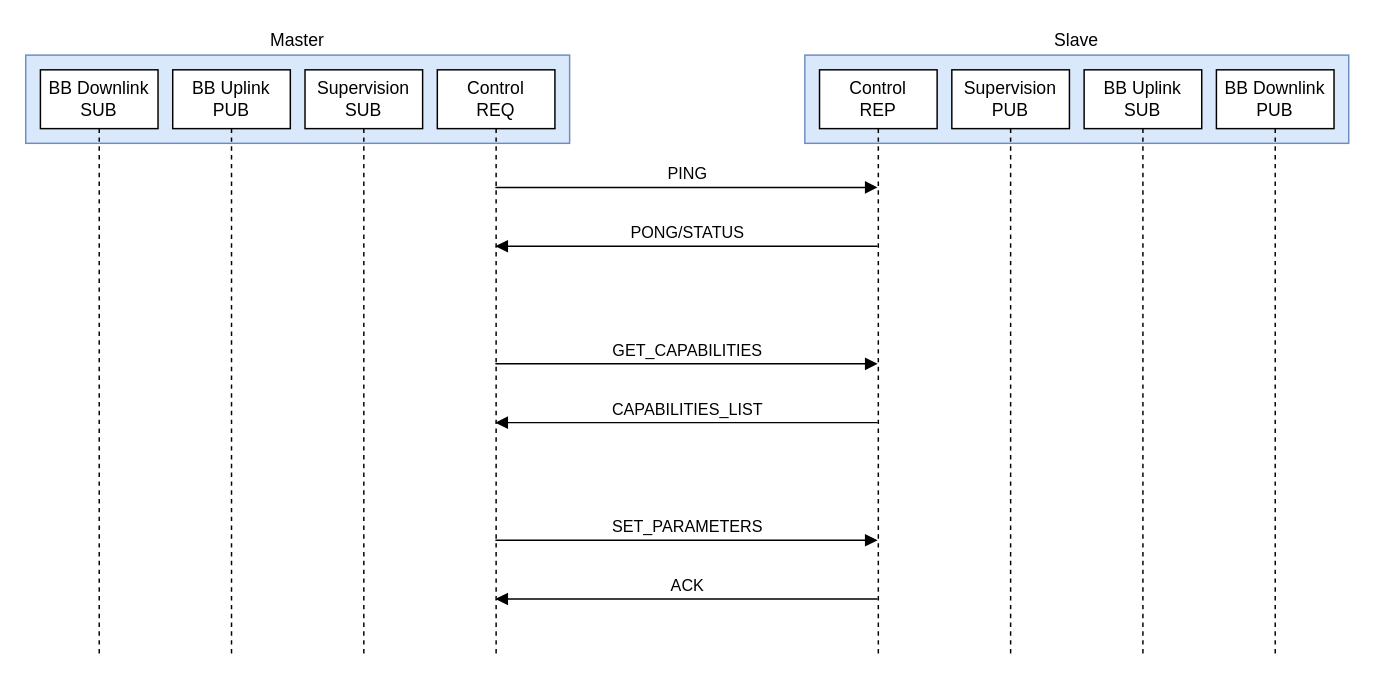
Earlier version of the draw.io diagram gfx/Basic_config.drawio (M17-Project/CARI). Source tidied: cells renumbered, new cells numbered last; positions are measured from the earlier drawing's top-left corner, leaving out a move shared by most shapes. Both pictures are drawn from the tidied source at 147%, with x=0, y=0 at pixel (25, 25).
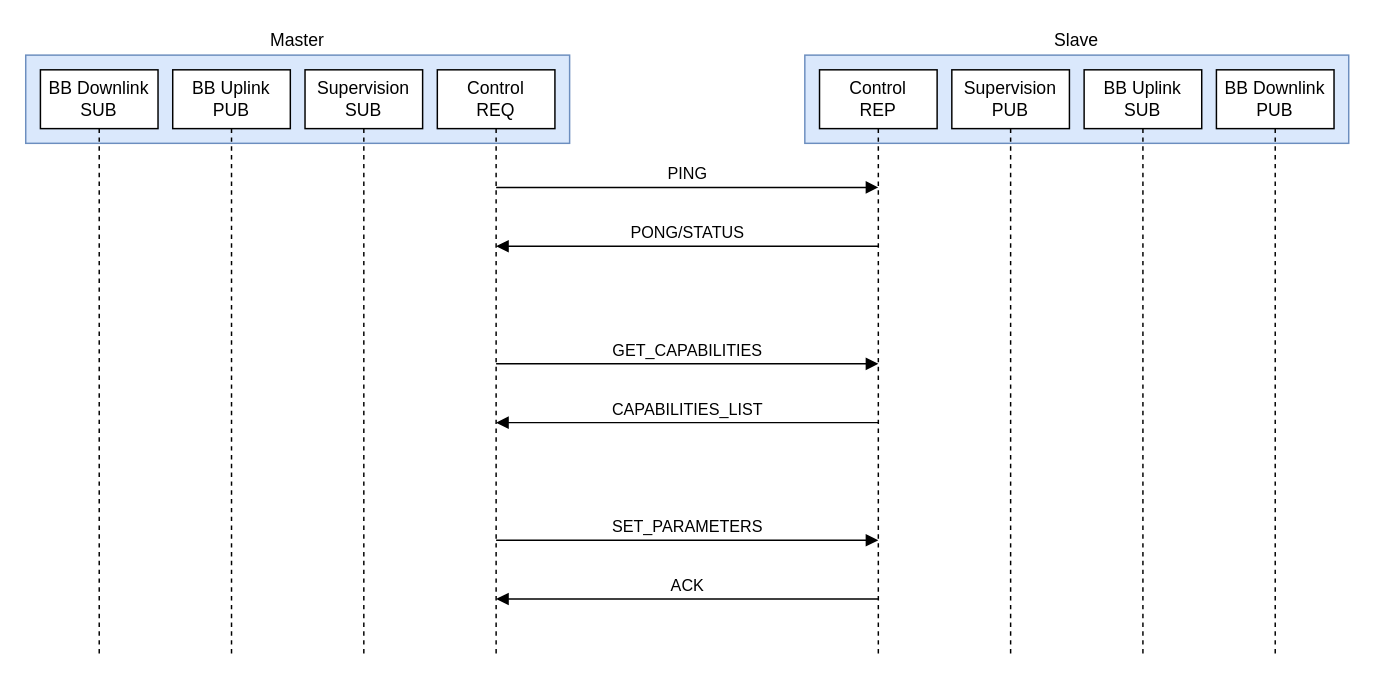
Above is the later version.

Commit message (it also covers changes not shown here):
damn arrows

Unchanged cells that the change refers to:
```xml
<mxCell id="4" value="&lt;div&gt;Control&lt;br&gt;REQ&lt;/div&gt;" style="shape=umlLifeline;perimeter=lifelinePerimeter;whiteSpace=wrap;html=1;outlineConnect=0;portConstraint=eastwest;newEdgeStyle={&quot;edgeStyle&quot;:&quot;elbowEdgeStyle&quot;,&quot;elbow&quot;:&quot;vertical&quot;,&quot;curved&quot;:0,&quot;rounded&quot;:0};" parent="1" vertex="1">
  <mxGeometry x="280" y="30" width="80" height="400" as="geometry" />
</mxCell>
<mxCell id="5" value="&lt;div&gt;Control&lt;br&gt;REP&lt;/div&gt;" style="shape=umlLifeline;perimeter=lifelinePerimeter;whiteSpace=wrap;html=1;outlineConnect=0;portConstraint=eastwest;newEdgeStyle={&quot;edgeStyle&quot;:&quot;elbowEdgeStyle&quot;,&quot;elbow&quot;:&quot;vertical&quot;,&quot;curved&quot;:0,&quot;rounded&quot;:0};" parent="1" vertex="1">
  <mxGeometry x="540" y="30" width="80" height="400" as="geometry" />
</mxCell>
```

Diff of the diagram source:
```diff
@@
-    <mxCell id="6" value="PING" style="html=1;verticalAlign=bottom;endArrow=block;edgeStyle=elbowEdgeStyle;elbow=vertical;curved=0;rounded=0;endFill=1;" parent="1" edge="1" source="4" target="5">
+    <mxCell id="6" value="PING" style="html=1;verticalAlign=bottom;endArrow=block;edgeStyle=elbowEdgeStyle;elbow=vertical;curved=0;rounded=0;endFill=1;" parent="1" edge="1">
       <mxGeometry relative="1" as="geometry">
+        <mxPoint x="320" y="110" as="sourcePoint" />
+        <mxPoint x="580" y="110" as="targetPoint" />
         <Array as="points">
           <mxPoint x="500" y="110" />
         </Array>
       </mxGeometry>
     </mxCell>
-    <mxCell id="7" value="CAPABILITIES_LIST" style="html=1;verticalAlign=bottom;endArrow=block;endSize=6;edgeStyle=elbowEdgeStyle;elbow=vertical;curved=0;rounded=0;endFill=1;" parent="1" edge="1" source="5" target="4">
+    <mxCell id="7" value="CAPABILITIES_LIST" style="html=1;verticalAlign=bottom;endArrow=block;endSize=6;edgeStyle=elbowEdgeStyle;elbow=vertical;curved=0;rounded=0;endFill=1;" parent="1" edge="1">
       <mxGeometry relative="1" as="geometry">
+        <mxPoint x="580" y="270" as="sourcePoint" />
+        <mxPoint x="320" y="270" as="targetPoint" />
         <Array as="points">
           <mxPoint x="510" y="270" />
         </Array>
       </mxGeometry>
     </mxCell>
-    <mxCell id="8" value="PONG/STATUS" style="html=1;verticalAlign=bottom;endArrow=block;edgeStyle=elbowEdgeStyle;elbow=vertical;curved=0;rounded=0;" parent="1" edge="1" source="5" target="4">
+    <mxCell id="8" value="PONG/STATUS" style="html=1;verticalAlign=bottom;endArrow=block;edgeStyle=elbowEdgeStyle;elbow=vertical;curved=0;rounded=0;" parent="1" edge="1">
       <mxGeometry relative="1" as="geometry">
+        <mxPoint x="580" y="150" as="sourcePoint" />
+        <mxPoint x="320" y="150" as="targetPoint" />
         <Array as="points">
           <mxPoint x="510" y="150" />
         </Array>
       </mxGeometry>
     </mxCell>
-    <mxCell id="9" value="GET_CAPABILITIES" style="html=1;verticalAlign=bottom;endArrow=block;endSize=6;edgeStyle=elbowEdgeStyle;elbow=vertical;curved=0;rounded=0;endFill=1;" parent="1" edge="1" source="4" target="5">
+    <mxCell id="9" value="GET_CAPABILITIES" style="html=1;verticalAlign=bottom;endArrow=block;endSize=6;edgeStyle=elbowEdgeStyle;elbow=vertical;curved=0;rounded=0;endFill=1;" parent="1" edge="1">
       <mxGeometry relative="1" as="geometry">
+        <mxPoint x="320" y="230" as="sourcePoint" />
+        <mxPoint x="580" y="230" as="targetPoint" />
         <Array as="points">
           <mxPoint x="500" y="230" />
         </Array>
       </mxGeometry>
     </mxCell>
@@
-    <mxCell id="13" value="ACK" style="html=1;verticalAlign=bottom;endArrow=block;endSize=6;edgeStyle=elbowEdgeStyle;elbow=vertical;curved=0;rounded=0;endFill=1;" parent="1" edge="1" source="5" target="4">
+    <mxCell id="13" value="ACK" style="html=1;verticalAlign=bottom;endArrow=block;endSize=6;edgeStyle=elbowEdgeStyle;elbow=vertical;curved=0;rounded=0;endFill=1;" parent="1" edge="1">
       <mxGeometry relative="1" as="geometry">
+        <mxPoint x="580" y="390" as="sourcePoint" />
+        <mxPoint x="320" y="390" as="targetPoint" />
         <Array as="points">
           <mxPoint x="510" y="390" />
         </Array>
       </mxGeometry>
     </mxCell>
-    <mxCell id="14" value="SET_PARAMETERS" style="html=1;verticalAlign=bottom;endArrow=block;endSize=6;edgeStyle=elbowEdgeStyle;elbow=vertical;curved=0;rounded=0;endFill=1;" parent="1" edge="1" source="4" target="5">
+    <mxCell id="14" value="SET_PARAMETERS" style="html=1;verticalAlign=bottom;endArrow=block;endSize=6;edgeStyle=elbowEdgeStyle;elbow=vertical;curved=0;rounded=0;endFill=1;" parent="1" edge="1">
       <mxGeometry relative="1" as="geometry">
+        <mxPoint x="320" y="350" as="sourcePoint" />
+        <mxPoint x="580" y="350" as="targetPoint" />
         <Array as="points">
           <mxPoint x="500" y="350" />
         </Array>
       </mxGeometry>
     </mxCell>
```
